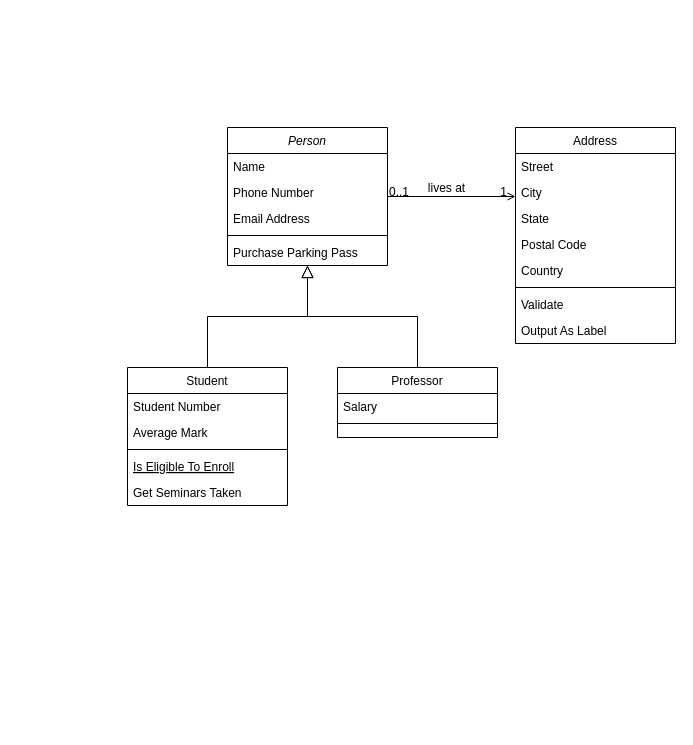
Before: Untitled Diagram.drawio in mukhtorov/greenshop, a draw.io diagram. Source tidied: cells renumbered, new cells numbered last; positions are measured from the earlier drawing's top-left corner, leaving out a move shared by most shapes. Both pictures are drawn from the tidied source at 100%, with x=0, y=0 at pixel (127, 127).
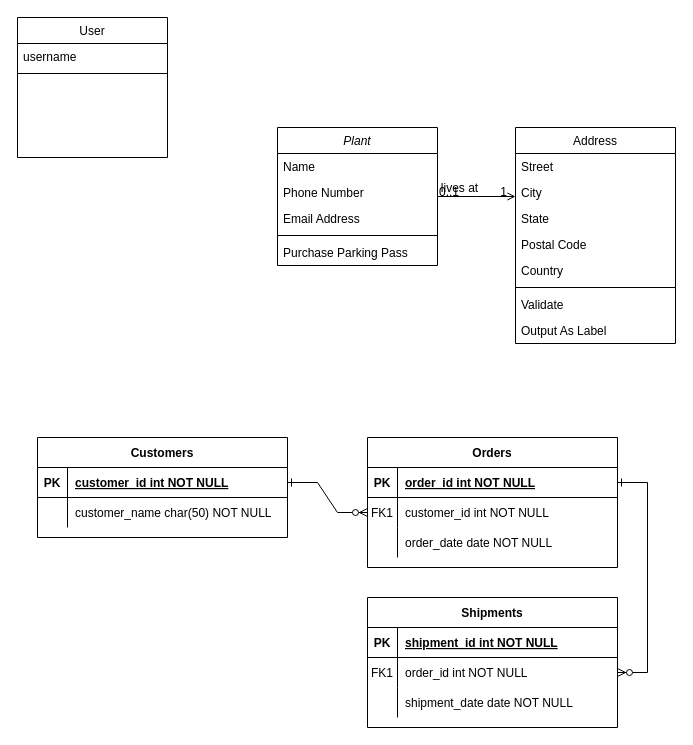
The same diagram, later.

Diff of the diagram source:
```diff
@@
-    <mxCell id="2" value="Person" style="swimlane;fontStyle=2;align=center;verticalAlign=top;horizontal=1;startSize=26;rounded=0;shadow=0;strokeWidth=1;" parent="1" vertex="1">
-      <mxGeometry x="100" width="160" height="138" as="geometry" />
+    <mxCell id="2" value="Plant&#10;" style="swimlane;fontStyle=2;align=center;verticalAlign=top;horizontal=1;startSize=26;rounded=0;shadow=0;strokeWidth=1;" parent="1" vertex="1">
+      <mxGeometry x="150" width="160" height="138" as="geometry" />
     </mxCell>
@@
-    <mxCell id="8" value="Student" style="swimlane;fontStyle=0;align=center;verticalAlign=top;horizontal=1;startSize=26;rounded=0;shadow=0;strokeWidth=1;" parent="1" vertex="1">
-      <mxGeometry y="240" width="160" height="138" as="geometry" />
+    <mxCell id="8" value="User&#10;" style="swimlane;fontStyle=0;align=center;verticalAlign=top;horizontal=1;startSize=26;rounded=0;shadow=0;strokeWidth=1;" parent="1" vertex="1">
+      <mxGeometry x="-110" y="-110" width="150" height="140" as="geometry" />
     </mxCell>
-    <mxCell id="9" value="Student Number" style="text;align=left;verticalAlign=top;spacingLeft=4;spacingRight=4;overflow=hidden;" parent="8" vertex="1">
-      <mxGeometry y="26" width="160" height="26" as="geometry" />
-    </mxCell>
-    <mxCell id="10" value="Average Mark" style="text;align=left;verticalAlign=top;spacingLeft=4;spacingRight=4;overflow=hidden;rounded=0;shadow=0;html=0;" parent="8" vertex="1">
-      <mxGeometry y="52" width="160" height="26" as="geometry" />
+    <mxCell id="10" value="username" style="text;align=left;verticalAlign=top;spacingLeft=4;spacingRight=4;overflow=hidden;rounded=0;shadow=0;html=0;" parent="8" vertex="1">
+      <mxGeometry y="26" width="150" height="26" as="geometry" />
     </mxCell>
     <mxCell id="11" style="line;html=1;strokeWidth=1;align=left;verticalAlign=middle;spacingTop=-1;spacingLeft=3;spacingRight=3;labelPosition=right;" parent="8" vertex="1">
-      <mxGeometry y="78" width="160" height="8" as="geometry" />
+      <mxGeometry y="52" width="150" height="8" as="geometry" />
     </mxCell>
-    <mxCell id="12" value="Is Eligible To Enroll" style="text;align=left;verticalAlign=top;spacingLeft=4;spacingRight=4;overflow=hidden;fontStyle=4;" parent="8" vertex="1">
-      <mxGeometry y="86" width="160" height="26" as="geometry" />
-    </mxCell>
-    <mxCell id="13" value="Get Seminars Taken" style="text;align=left;verticalAlign=top;spacingLeft=4;spacingRight=4;overflow=hidden;" parent="8" vertex="1">
-      <mxGeometry y="112" width="160" height="26" as="geometry" />
-    </mxCell>
-    <mxCell id="14" style="endArrow=block;endSize=10;endFill=0;shadow=0;strokeWidth=1;rounded=0;edgeStyle=elbowEdgeStyle;elbow=vertical;" parent="1" edge="1" source="8" target="2">
-      <mxGeometry relative="1" as="geometry" />
-    </mxCell>
-    <mxCell id="15" value="Professor" style="swimlane;fontStyle=0;align=center;verticalAlign=top;horizontal=1;startSize=26;rounded=0;shadow=0;strokeWidth=1;" parent="1" vertex="1">
-      <mxGeometry x="210" y="240" width="160" height="70" as="geometry" />
-    </mxCell>
-    <mxCell id="16" value="Salary" style="text;align=left;verticalAlign=top;spacingLeft=4;spacingRight=4;overflow=hidden;" parent="15" vertex="1">
-      <mxGeometry y="26" width="160" height="26" as="geometry" />
-    </mxCell>
-    <mxCell id="17" style="line;html=1;strokeWidth=1;align=left;verticalAlign=middle;spacingTop=-1;spacingLeft=3;spacingRight=3;labelPosition=right;" parent="15" vertex="1">
-      <mxGeometry y="52" width="160" height="8" as="geometry" />
-    </mxCell>
-    <mxCell id="18" style="endArrow=block;endSize=10;endFill=0;shadow=0;strokeWidth=1;rounded=0;edgeStyle=elbowEdgeStyle;elbow=vertical;" parent="1" edge="1" source="15" target="2">
-      <mxGeometry relative="1" as="geometry" />
-    </mxCell>
@@
+    <mxCell id="32" style="edgeStyle=entityRelationEdgeStyle;endArrow=ERzeroToMany;startArrow=ERone;endFill=1;startFill=0;rounded=0;" parent="1" edge="1" source="55" target="38">
+      <mxGeometry relative="1" as="geometry" />
+    </mxCell>
+    <mxCell id="33" style="edgeStyle=entityRelationEdgeStyle;endArrow=ERzeroToMany;startArrow=ERone;endFill=1;startFill=0;rounded=0;" parent="1" edge="1" source="35" target="48">
+      <mxGeometry relative="1" as="geometry" />
+    </mxCell>
+    <mxCell id="34" value="Orders" style="shape=table;startSize=30;childLayout=tableLayout;rowLines=0;fontStyle=1;align=center;" parent="1" vertex="1">
+      <mxGeometry x="240" y="310" width="250" height="130" as="geometry" />
+    </mxCell>
+    <mxCell id="35" style="shape=partialRectangle;fillColor=none;points=[[0,0.5],[1,0.5]];portConstraint=eastwest;top=0;left=0;right=0;bottom=1;" parent="34" vertex="1">
+      <mxGeometry y="30" width="250" height="30" as="geometry" />
+    </mxCell>
+    <mxCell id="36" value="PK" style="shape=partialRectangle;overflow=hidden;fillColor=none;top=0;left=0;bottom=0;right=0;fontStyle=1;" parent="35" vertex="1">
+      <mxGeometry width="30" height="30" as="geometry" />
+    </mxCell>
+    <mxCell id="37" value="order_id int NOT NULL " style="shape=partialRectangle;overflow=hidden;fillColor=none;top=0;left=0;bottom=0;right=0;align=left;spacingLeft=6;fontStyle=5;" parent="35" vertex="1">
+      <mxGeometry x="30" width="220" height="30" as="geometry" />
+    </mxCell>
+    <mxCell id="38" style="shape=partialRectangle;fillColor=none;points=[[0,0.5],[1,0.5]];portConstraint=eastwest;top=0;left=0;right=0;bottom=0;" parent="34" vertex="1">
+      <mxGeometry y="60" width="250" height="30" as="geometry" />
+    </mxCell>
+    <mxCell id="39" value="FK1" style="shape=partialRectangle;overflow=hidden;fillColor=none;top=0;left=0;bottom=0;right=0;" parent="38" vertex="1">
+      <mxGeometry width="30" height="30" as="geometry" />
+    </mxCell>
+    <mxCell id="40" value="customer_id int NOT NULL" style="shape=partialRectangle;overflow=hidden;fillColor=none;top=0;left=0;bottom=0;right=0;align=left;spacingLeft=6;" parent="38" vertex="1">
+      <mxGeometry x="30" width="220" height="30" as="geometry" />
+    </mxCell>
+    <mxCell id="41" style="shape=partialRectangle;fillColor=none;top=0;left=0;right=0;bottom=0;" parent="34" vertex="1">
+      <mxGeometry y="90" width="250" height="30" as="geometry" />
+    </mxCell>
+    <mxCell id="42" style="shape=partialRectangle;overflow=hidden;fillColor=none;top=0;left=0;bottom=0;right=0;" parent="41" vertex="1">
+      <mxGeometry width="30" height="30" as="geometry" />
+    </mxCell>
+    <mxCell id="43" value="order_date date NOT NULL" style="shape=partialRectangle;overflow=hidden;fillColor=none;top=0;left=0;bottom=0;right=0;align=left;spacingLeft=6;" parent="41" vertex="1">
+      <mxGeometry x="30" width="220" height="30" as="geometry" />
+    </mxCell>
+    <mxCell id="44" value="Shipments" style="shape=table;startSize=30;childLayout=tableLayout;rowLines=0;fontStyle=1;align=center;" parent="1" vertex="1">
+      <mxGeometry x="240" y="470" width="250" height="130" as="geometry" />
+    </mxCell>
+    <mxCell id="45" style="shape=partialRectangle;fillColor=none;top=0;left=0;right=0;bottom=1;" parent="44" vertex="1">
+      <mxGeometry y="30" width="250" height="30" as="geometry" />
+    </mxCell>
+    <mxCell id="46" value="PK" style="shape=partialRectangle;overflow=hidden;fillColor=none;top=0;left=0;bottom=0;right=0;fontStyle=1;" parent="45" vertex="1">
+      <mxGeometry width="30" height="30" as="geometry" />
+    </mxCell>
+    <mxCell id="47" value="shipment_id int NOT NULL " style="shape=partialRectangle;overflow=hidden;fillColor=none;top=0;left=0;bottom=0;right=0;align=left;spacingLeft=6;fontStyle=5;" parent="45" vertex="1">
+      <mxGeometry x="30" width="220" height="30" as="geometry" />
+    </mxCell>
+    <mxCell id="48" style="shape=partialRectangle;fillColor=none;points=[[0,0.5],[1,0.5]];portConstraint=eastwest;top=0;left=0;right=0;bottom=0;" parent="44" vertex="1">
+      <mxGeometry y="60" width="250" height="30" as="geometry" />
+    </mxCell>
+    <mxCell id="49" value="FK1" style="shape=partialRectangle;overflow=hidden;fillColor=none;top=0;left=0;bottom=0;right=0;" parent="48" vertex="1">
+      <mxGeometry width="30" height="30" as="geometry" />
+    </mxCell>
+    <mxCell id="50" value="order_id int NOT NULL" style="shape=partialRectangle;overflow=hidden;fillColor=none;top=0;left=0;bottom=0;right=0;align=left;spacingLeft=6;" parent="48" vertex="1">
+      <mxGeometry x="30" width="220" height="30" as="geometry" />
+    </mxCell>
+    <mxCell id="51" style="shape=partialRectangle;fillColor=none;top=0;left=0;right=0;bottom=0;" parent="44" vertex="1">
+      <mxGeometry y="90" width="250" height="30" as="geometry" />
+    </mxCell>
+    <mxCell id="52" style="shape=partialRectangle;overflow=hidden;fillColor=none;top=0;left=0;bottom=0;right=0;" parent="51" vertex="1">
+      <mxGeometry width="30" height="30" as="geometry" />
+    </mxCell>
+    <mxCell id="53" value="shipment_date date NOT NULL" style="shape=partialRectangle;overflow=hidden;fillColor=none;top=0;left=0;bottom=0;right=0;align=left;spacingLeft=6;" parent="51" vertex="1">
+      <mxGeometry x="30" width="220" height="30" as="geometry" />
+    </mxCell>
+    <mxCell id="54" value="Customers" style="shape=table;startSize=30;childLayout=tableLayout;rowLines=0;fontStyle=1;align=center;" parent="1" vertex="1">
+      <mxGeometry x="-90" y="310" width="250" height="100" as="geometry" />
+    </mxCell>
+    <mxCell id="55" style="shape=partialRectangle;fillColor=none;points=[[0,0.5],[1,0.5]];portConstraint=eastwest;top=0;left=0;right=0;bottom=1;" parent="54" vertex="1">
+      <mxGeometry y="30" width="250" height="30" as="geometry" />
+    </mxCell>
+    <mxCell id="56" value="PK" style="shape=partialRectangle;overflow=hidden;fillColor=none;top=0;left=0;bottom=0;right=0;fontStyle=1;" parent="55" vertex="1">
+      <mxGeometry width="30" height="30" as="geometry" />
+    </mxCell>
+    <mxCell id="57" value="customer_id int NOT NULL " style="shape=partialRectangle;overflow=hidden;fillColor=none;top=0;left=0;bottom=0;right=0;align=left;spacingLeft=6;fontStyle=5;" parent="55" vertex="1">
+      <mxGeometry x="30" width="220" height="30" as="geometry" />
+    </mxCell>
+    <mxCell id="58" style="shape=partialRectangle;fillColor=none;top=0;left=0;right=0;bottom=0;" parent="54" vertex="1">
+      <mxGeometry y="60" width="250" height="30" as="geometry" />
+    </mxCell>
+    <mxCell id="59" style="shape=partialRectangle;overflow=hidden;fillColor=none;top=0;left=0;bottom=0;right=0;" parent="58" vertex="1">
+      <mxGeometry width="30" height="30" as="geometry" />
+    </mxCell>
+    <mxCell id="60" value="customer_name char(50) NOT NULL" style="shape=partialRectangle;overflow=hidden;fillColor=none;top=0;left=0;bottom=0;right=0;align=left;spacingLeft=6;" parent="58" vertex="1">
+      <mxGeometry x="30" width="220" height="30" as="geometry" />
+    </mxCell>
```
